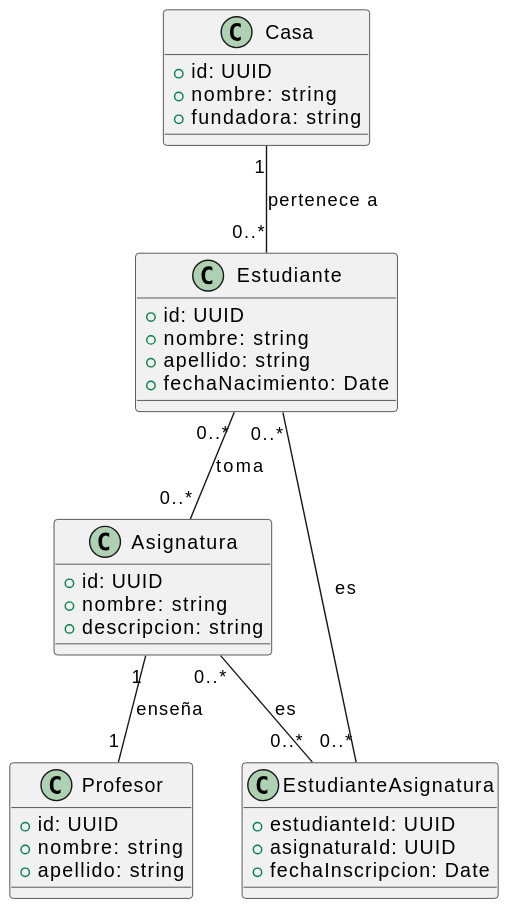
Before: assets/diagram-class-relations.svg, a diagram exported from PlantUML (creativelaides/Hogwarts). The source it was exported from:
```plantuml
@startuml
class Asignatura {
  + id: UUID
  + nombre: string
  + descripcion: string
}

class Profesor {
  + id: UUID
  + nombre: string
  + apellido: string
}

class Casa {
  + id: UUID
  + nombre: string
  + fundadora: string
}

class Estudiante {
  + id: UUID
  + nombre: string
  + apellido: string
  + fechaNacimiento: Date
}

class EstudianteAsignatura {
  + estudianteId: UUID
  + asignaturaId: UUID
  + fechaInscripcion: Date
}

Asignatura "1" -- "1" Profesor: "enseña"
Casa "1" -- "0..*" Estudiante: "pertenece a"
Estudiante "0..*" -- "0..*" Asignatura: "toma"
Estudiante "0..*" -- "0..*" EstudianteAsignatura: "es"
Asignatura "0..*" -- "0..*" EstudianteAsignatura: "es"
@enduml
```
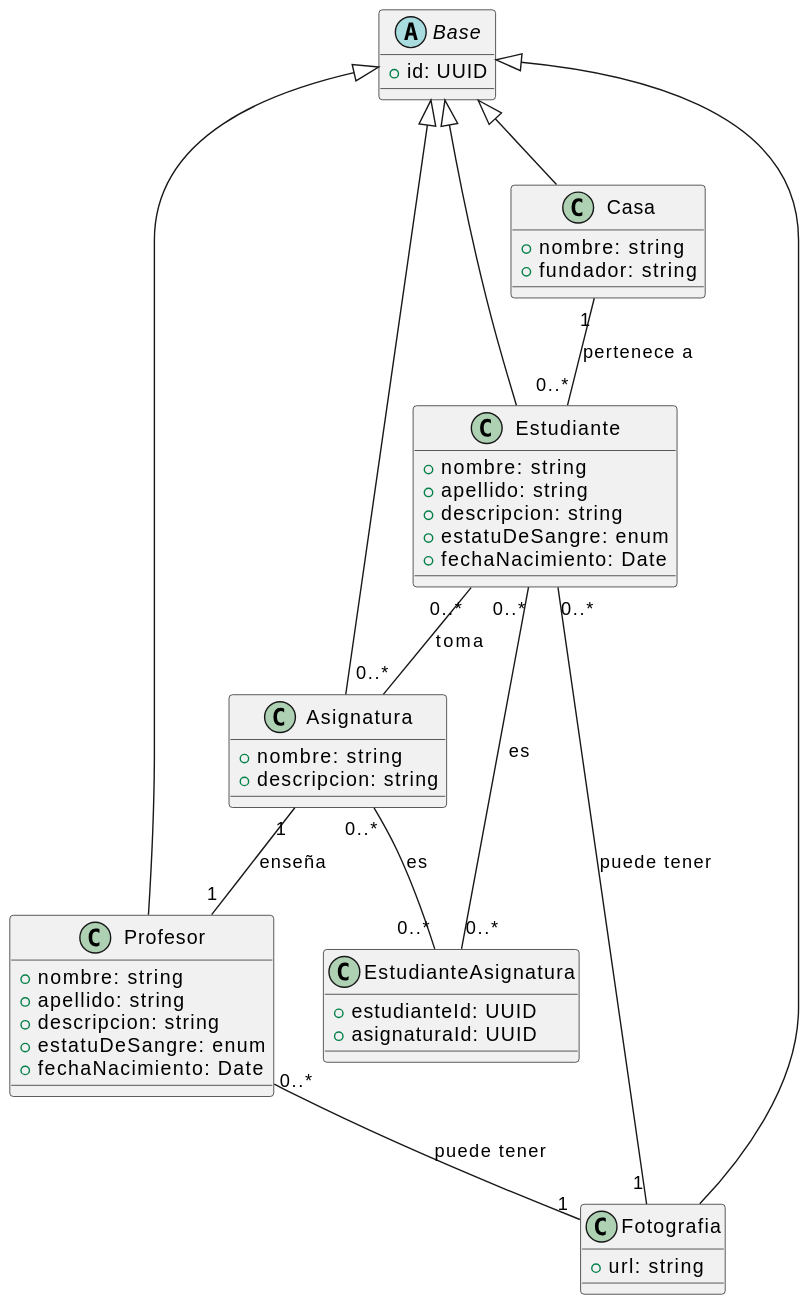
After the change.

Commit message:
feat: :necktie: Propiedades adicionales en Entidades, Enumerable "Estatus de Sangre" y Entidad Fotografia.

Change to the diagram source:
```diff
@@ -1,38 +1,54 @@
 @startuml
+abstract class Base {
+  + id: UUID
+}
+
 class Asignatura {
-  + id: UUID
   + nombre: string
   + descripcion: string
 }
 
 class Profesor {
-  + id: UUID
   + nombre: string
   + apellido: string
+  + descripcion: string
+  + estatuDeSangre: enum
+  + fechaNacimiento: Date
 }
 
 class Casa {
-  + id: UUID
   + nombre: string
-  + fundadora: string
+  + fundador: string
 }
 
 class Estudiante {
-  + id: UUID
   + nombre: string
   + apellido: string
+  + descripcion: string
+  + estatuDeSangre: enum
   + fechaNacimiento: Date
 }
 
 class EstudianteAsignatura {
   + estudianteId: UUID
   + asignaturaId: UUID
-  + fechaInscripcion: Date
 }
+
+class Fotografia {
+  + url: string
+}
+
+Base <|-- Asignatura
+Base <|-- Profesor
+Base <|-- Casa
+Base <|-- Estudiante
+Base <|-- Fotografia
 
 Asignatura "1" -- "1" Profesor: "enseña"
 Casa "1" -- "0..*" Estudiante: "pertenece a"
 Estudiante "0..*" -- "0..*" Asignatura: "toma"
 Estudiante "0..*" -- "0..*" EstudianteAsignatura: "es"
 Asignatura "0..*" -- "0..*" EstudianteAsignatura: "es"
+Estudiante "0..*" -- "1" Fotografia: "puede tener"
+Profesor "0..*" -- "1" Fotografia: "puede tener"
 @enduml
```
